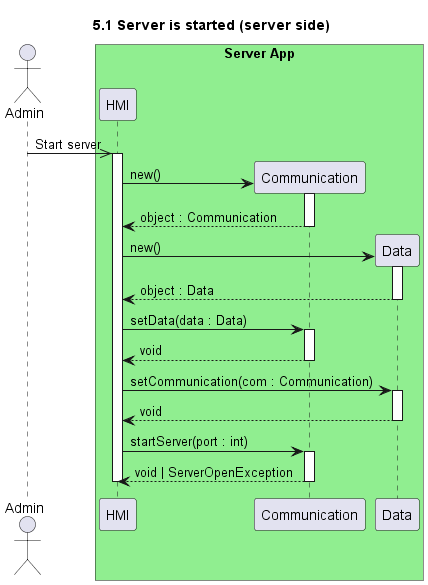
The PlantUML diagram website/images/sequence/5.1 Server is started (server side).png in UTCAI12/Diagrams, before a commit. Its diagram source:
```plantuml
@startuml 5.1 Server is started (server side)
title 5.1 Server is started (server side)

actor "Admin" as admin
box "Server App" #LightGreen
    participant "HMI" as hmi
    participant "Communication" as com
    participant "Data" as data
end box

admin ->> hmi : Start server
activate hmi

create com
hmi -> com++ : new()
return object : Communication

create data
hmi -> data++ : new()
return object : Data

hmi -> com++ : setData(data : Data)
return void

hmi -> data++ : setCommunication(com : Communication)
return void

hmi -> com++ : startServer(port : int)
return void | ServerOpenException

deactivate hmi

@enduml
```
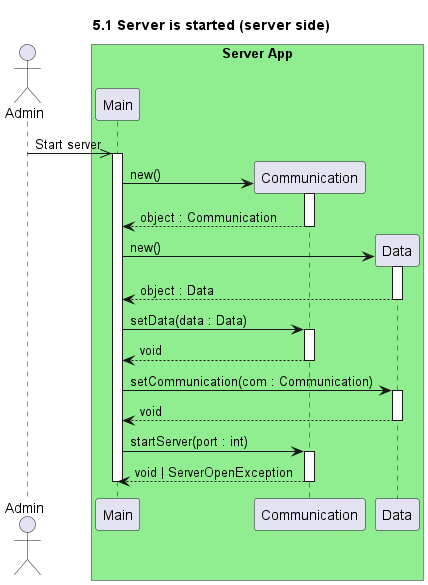
Later version of the same file.

Change to the diagram source:
```diff
@@ -3,31 +3,31 @@
 
 actor "Admin" as admin
 box "Server App" #LightGreen
-    participant "HMI" as hmi
+    participant "Main" as main
     participant "Communication" as com
     participant "Data" as data
 end box
 
-admin ->> hmi : Start server
-activate hmi
+admin ->> main : Start server
+activate main
 
 create com
-hmi -> com++ : new()
+main -> com++ : new()
 return object : Communication
 
 create data
-hmi -> data++ : new()
+main -> data++ : new()
 return object : Data
 
-hmi -> com++ : setData(data : Data)
+main -> com++ : setData(data : Data)
 return void
 
-hmi -> data++ : setCommunication(com : Communication)
+main -> data++ : setCommunication(com : Communication)
 return void
 
-hmi -> com++ : startServer(port : int)
+main -> com++ : startServer(port : int)
 return void | ServerOpenException
 
-deactivate hmi
+deactivate main
 
 @enduml
```
